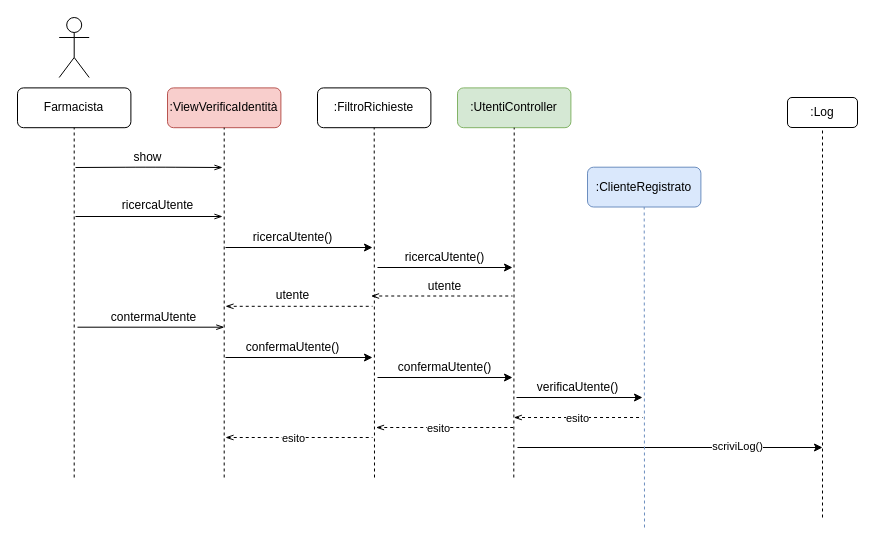
This is page "VerificaIdentità" (7 of 7) of drawio/Progettazione/Interazione.drawio from lnwor/farmabyte-doc, a draw.io file, before an edit. Source tidied: cells renumbered, new cells numbered last; positions are measured from the earlier drawing's top-left corner, leaving out a move shared by most shapes. Both pictures are drawn from the tidied source at 100%, with x=0, y=0 at pixel (17, 17).
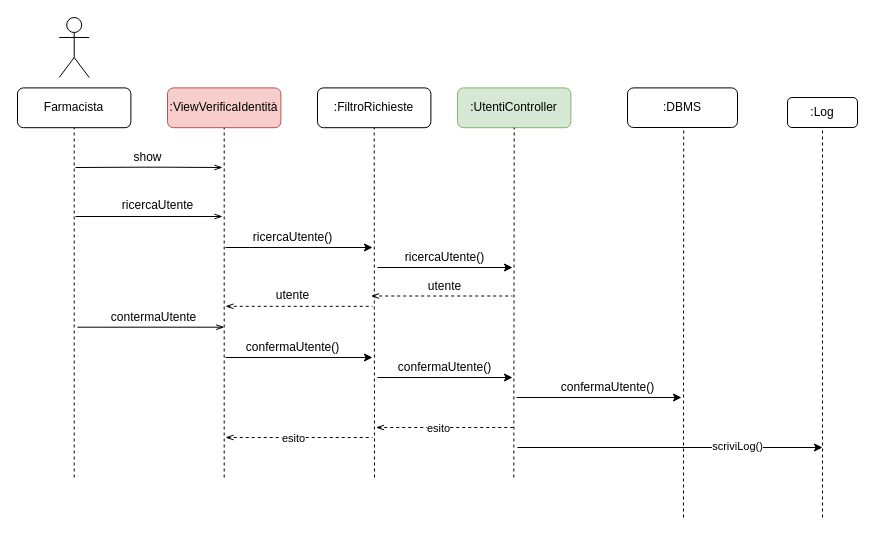
Above is the later version.

Change to the diagram source:
```diff
@@
-    <mxCell id="19" value="verificaUtente()" style="text;html=1;align=center;verticalAlign=middle;strokeColor=none;" parent="1" vertex="1">
-      <mxGeometry x="510" y="360" width="100" height="20" as="geometry" />
+    <mxCell id="19" value="confermaUtente()" style="text;html=1;align=center;verticalAlign=middle;strokeColor=none;" parent="1" vertex="1">
+      <mxGeometry x="535" y="360" width="110" height="20" as="geometry" />
     </mxCell>
-    <mxCell id="20" style="endArrow=classic;html=1;" parent="1" edge="1">
+    <mxCell id="20" style="endArrow=classic;html=1;endSize=6;" parent="1" edge="1">
       <mxGeometry relative="1" as="geometry">
         <mxPoint x="499" y="380" as="sourcePoint" />
-        <mxPoint x="625" y="380" as="targetPoint" />
+        <mxPoint x="664" y="380" as="targetPoint" />
       </mxGeometry>
     </mxCell>
@@
-    <mxCell id="25" style="endArrow=none;html=1;dashed=1;endFill=0;startArrow=openThin;startFill=0;" parent="1" edge="1">
-      <mxGeometry relative="1" as="geometry">
-        <mxPoint x="496.3" y="400" as="sourcePoint" />
-        <mxPoint x="625" y="400" as="targetPoint" />
-      </mxGeometry>
-    </mxCell>
-    <mxCell id="26" value="esito" style="edgeLabel;html=1;align=center;verticalAlign=middle;" parent="25" vertex="1">
-      <mxGeometry x="0.29" y="-8" relative="1" as="geometry">
-        <mxPoint x="-20" y="-8" as="offset" />
-      </mxGeometry>
-    </mxCell>
@@
-    <mxCell id="39" value=":ClienteRegistrato" style="rounded=1;whiteSpace=wrap;html=1;fillColor=#dae8fc;strokeColor=#6c8ebf;" parent="1" vertex="1">
-      <mxGeometry x="570" y="149.7" width="113.4" height="39.8" as="geometry" />
-    </mxCell>
-    <mxCell id="40" style="endArrow=none;dashed=1;html=1;entryX=0.5;entryY=1;entryDx=0;entryDy=0;fillColor=#dae8fc;strokeColor=#6c8ebf;" parent="1" edge="1" target="39">
-      <mxGeometry relative="1" as="geometry">
-        <mxPoint x="627" y="510" as="sourcePoint" />
-      </mxGeometry>
-    </mxCell>
@@
+    <mxCell id="43" value=":DBMS" style="rounded=1;whiteSpace=wrap;html=1;" parent="1" vertex="1">
+      <mxGeometry x="610" y="70.4" width="110" height="39.6" as="geometry" />
+    </mxCell>
+    <mxCell id="44" style="endArrow=none;dashed=1;html=1;entryX=0.5;entryY=1;entryDx=0;entryDy=0;" parent="1" edge="1">
+      <mxGeometry relative="1" as="geometry">
+        <mxPoint x="666" y="500" as="sourcePoint" />
+        <mxPoint x="666.2" y="110.2" as="targetPoint" />
+      </mxGeometry>
+    </mxCell>
```
